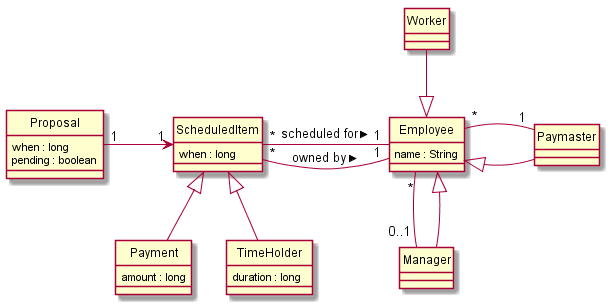
Before: diagrams/classes/domain.png, a diagram exported from PlantUML (JohnKhandygo/employee-managment).
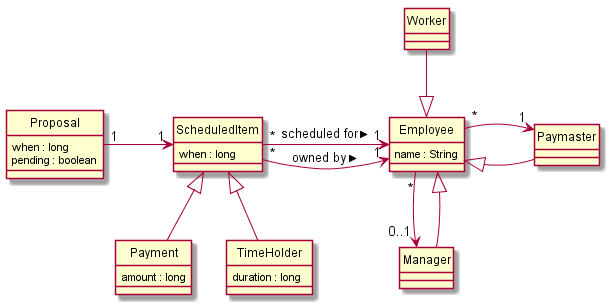
The same file after the commit.

Commit message:
update domain class diagram.

The edit, as a diff of the source:
```diff
@@ -39,10 +39,10 @@
 Paymaster -left-|> Employee
 
 Proposal "1" -right-> "1" ScheduledItem
-Employee "*" -- "0..1" Manager
-Employee "*" -- "1" Paymaster
-ScheduledItem "*" -down- "1" Employee : "owned by >"
-ScheduledItem "*" -right- "1" Employee : "scheduled for >"
+Employee "*" --> "0..1" Manager
+Employee "*" --> "1" Paymaster
+ScheduledItem "*" -right-> "1" Employee : "owned by >"
+ScheduledItem "*" -right-> "1" Employee : "scheduled for >"
 
 Manager -up-|> Employee
 
```
